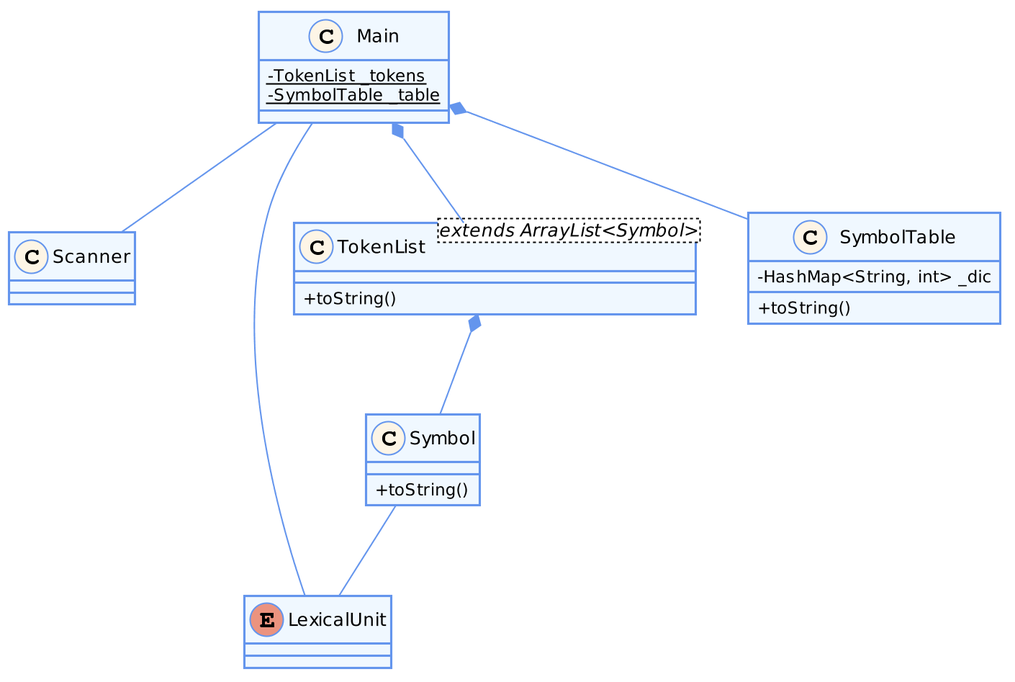
Before: doc/Report/img/class_diag.png, a diagram exported from PlantUML (denishoornaert/INFO-F403-IMP).
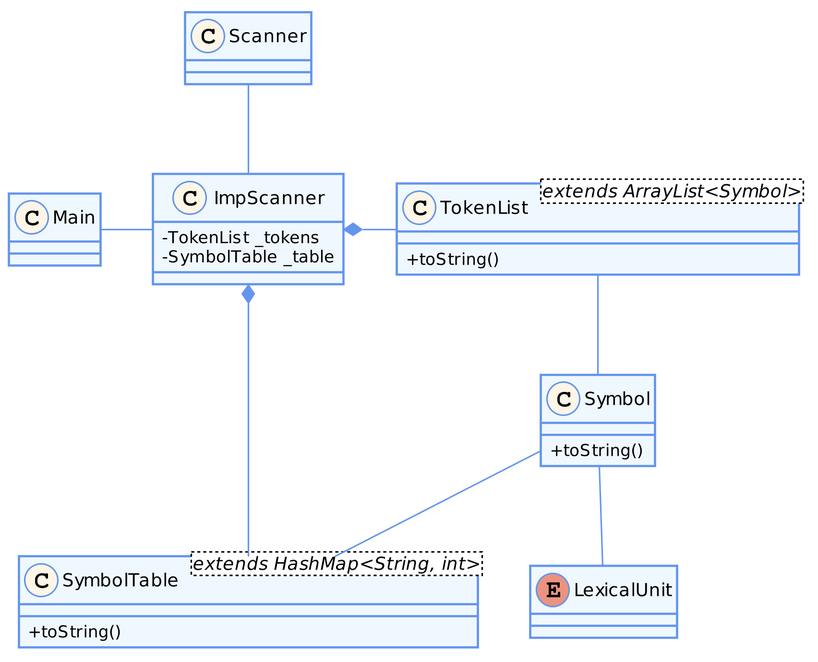
After the commit.

Change to the diagram source:
```diff
@@ -3,7 +3,7 @@
 
 skinparam shadowing false
 
-skinparam dpi 200
+skinparam dpi 300
 
 skinparam class {
   BackgroundColor AliceBlue
@@ -14,8 +14,11 @@
 
 
 class Main {
-  {static} - TokenList _tokens
-  {static} - SymbolTable _table
+}
+
+class ImpScanner {
+  - TokenList _tokens
+  - SymbolTable _table
 }
 
 class Scanner {
@@ -32,15 +35,15 @@
   + toString()
 }
 
-class SymbolTable {
-  - HashMap<String, int> _dic
+class SymbolTable<extends HashMap<String, int>> {
   + toString()
 }
 
-Main *-- TokenList
-Main *-- SymbolTable
-Main -- LexicalUnit
-Main -- Scanner
-TokenList *-- Symbol
+Main -right- ImpScanner
+ImpScanner -up- Scanner
+ImpScanner *-right- TokenList
+ImpScanner *-down- SymbolTable
+TokenList -- Symbol
+Symbol -- SymbolTable
 Symbol -- LexicalUnit
 @enduml
```
